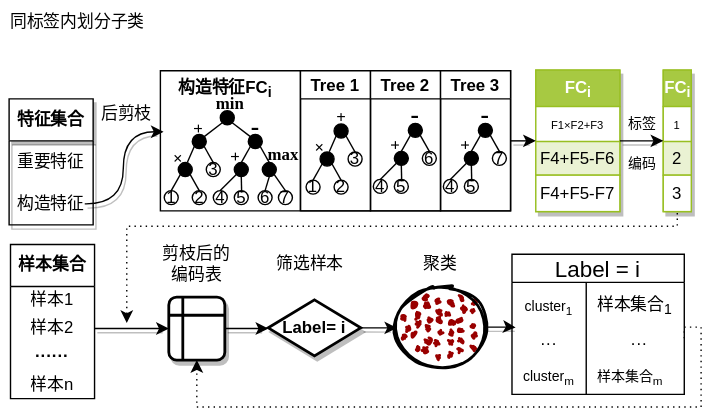
ckj0814/app-diagrams-net keeps this draw.io diagram as 语义解释SVG/Fi语义解释.svg. Above is the earlier version. Source tidied: cells renumbered, new cells last; positions are measured from the earlier drawing's top-left corner, leaving out a move shared by most shapes.
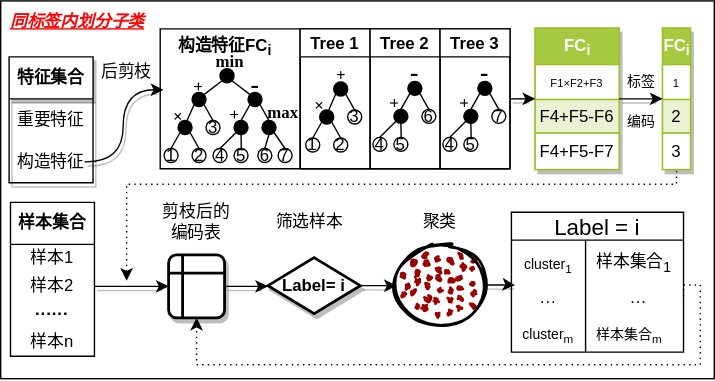
Above is the later version.

Commit message:
更新Fi语义解释.svg

Diff of the diagram source:
```diff
@@ -2,6 +2,9 @@
   <root>
     <mxCell id="0" />
     <mxCell id="1" parent="0" />
+    <mxCell id="129" style="rounded=0;whiteSpace=wrap;html=1;" parent="1" vertex="1">
+      <mxGeometry y="30" width="510" height="270" as="geometry" />
+    </mxCell>
     <mxCell id="2" value="特征集合" style="swimlane;fontStyle=1;horizontal=1;startSize=30;whiteSpace=wrap;html=1;shadow=1;" parent="1" vertex="1">
       <mxGeometry x="6" y="70" width="60" height="90" as="geometry" />
     </mxCell>
@@ -32,8 +35,8 @@
     <mxCell id="11" style="ellipse;whiteSpace=wrap;html=1;strokeWidth=2;fillWeight=2;hachureGap=8;fillColor=#990000;fillStyle=dots;sketch=1;" parent="1" vertex="1">
       <mxGeometry x="283" y="203" width="62" height="60" as="geometry" />
     </mxCell>
-    <mxCell id="12" value="同标签内划分子类" style="text;html=1;strokeColor=none;fillColor=none;align=center;verticalAlign=middle;whiteSpace=wrap;rounded=0;" parent="1" vertex="1">
-      <mxGeometry width="110" height="30" as="geometry" />
+    <mxCell id="12" value="&lt;font color=&quot;#ff0000&quot;&gt;&lt;b&gt;&lt;i&gt;&lt;u&gt;同标签内划分子类&lt;/u&gt;&lt;/i&gt;&lt;/b&gt;&lt;/font&gt;" style="text;html=1;strokeColor=none;fillColor=none;align=center;verticalAlign=middle;whiteSpace=wrap;rounded=0;" parent="1" vertex="1">
+      <mxGeometry y="30" width="110" height="30" as="geometry" />
     </mxCell>
     <mxCell id="13" value="后剪枝" style="text;html=1;strokeColor=none;fillColor=none;align=center;verticalAlign=middle;whiteSpace=wrap;rounded=0;shadow=0;" parent="1" vertex="1">
       <mxGeometry x="60" y="66" width="60" height="30" as="geometry" />
```
